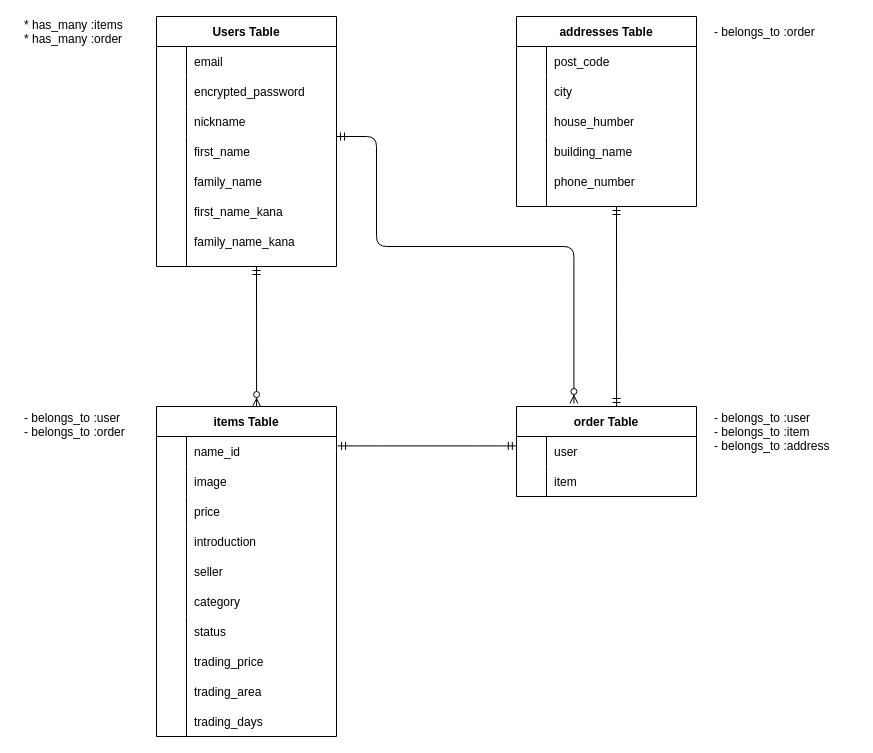
The draw.io diagram test.dio in Hiro0608/furima-38192, before the edit. Source tidied: cells renumbered, new cells numbered last; positions are measured from the earlier drawing's top-left corner, leaving out a move shared by most shapes. Both pictures are drawn from the tidied source at 100%, with x=0, y=0 at pixel (16, 16).
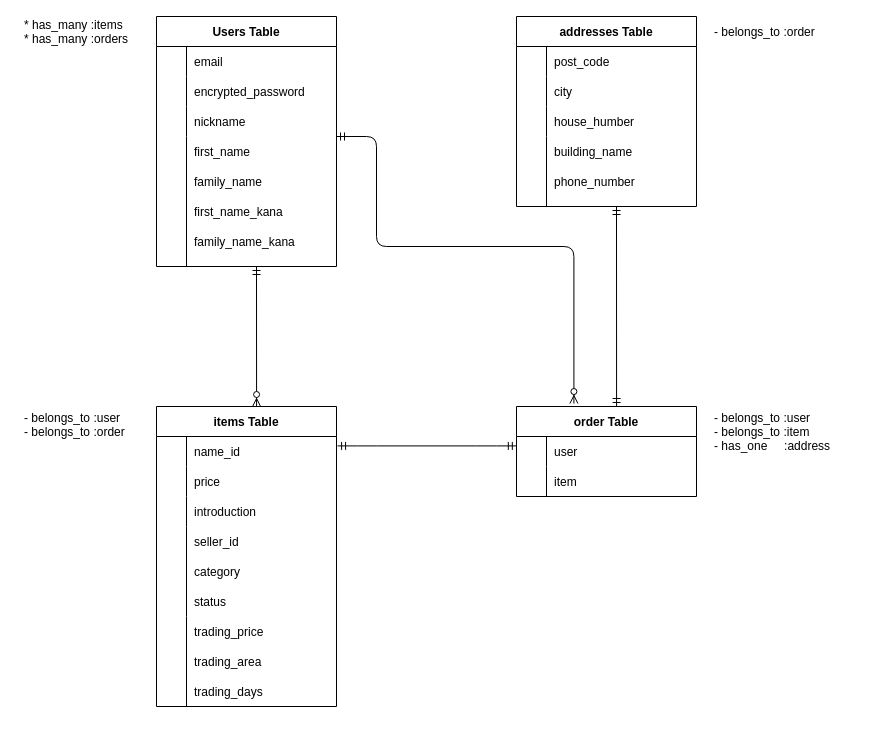
Above is the later version.

Change to the diagram source:
```diff
@@
     <mxCell id="12" value="items Table" style="shape=table;startSize=30;childLayout=tableLayout;rowLines=0;fontStyle=1;align=center;" parent="1" vertex="1">
-      <mxGeometry x="140" y="390" width="180" height="330" as="geometry" />
+      <mxGeometry x="140" y="390" width="180" height="300" as="geometry" />
     </mxCell>
@@
+    <mxCell id="19" style="shape=partialRectangle;fillColor=none;top=0;left=0;bottom=0;right=0;" parent="12" vertex="1">
+      <mxGeometry y="60" width="180" height="30" as="geometry" />
+    </mxCell>
+    <mxCell id="20" style="shape=partialRectangle;fillColor=none;top=0;left=0;bottom=0;right=0;overflow=hidden;" parent="19" vertex="1">
+      <mxGeometry width="30" height="30" as="geometry" />
+    </mxCell>
+    <mxCell id="21" value="price" style="shape=partialRectangle;fillColor=none;top=0;left=0;bottom=0;right=0;align=left;spacingLeft=6;overflow=hidden;" parent="19" vertex="1">
+      <mxGeometry x="30" width="150" height="30" as="geometry" />
+    </mxCell>
     <mxCell id="16" style="shape=partialRectangle;fillColor=none;top=0;left=0;bottom=0;right=0;" parent="12" vertex="1">
-      <mxGeometry y="60" width="180" height="30" as="geometry" />
+      <mxGeometry y="90" width="180" height="30" as="geometry" />
     </mxCell>
@@
-    <mxCell id="18" value="image " style="shape=partialRectangle;fillColor=none;top=0;left=0;bottom=0;right=0;align=left;spacingLeft=6;overflow=hidden;" parent="16" vertex="1">
+    <mxCell id="18" value="introduction" style="shape=partialRectangle;fillColor=none;top=0;left=0;bottom=0;right=0;align=left;spacingLeft=6;overflow=hidden;" parent="16" vertex="1">
       <mxGeometry x="30" width="150" height="30" as="geometry" />
     </mxCell>
-    <mxCell id="19" style="shape=partialRectangle;fillColor=none;top=0;left=0;bottom=0;right=0;" parent="12" vertex="1">
-      <mxGeometry y="90" width="180" height="30" as="geometry" />
-    </mxCell>
-    <mxCell id="20" style="shape=partialRectangle;fillColor=none;top=0;left=0;bottom=0;right=0;overflow=hidden;" parent="19" vertex="1">
-      <mxGeometry width="30" height="30" as="geometry" />
-    </mxCell>
-    <mxCell id="21" value="price" style="shape=partialRectangle;fillColor=none;top=0;left=0;bottom=0;right=0;align=left;spacingLeft=6;overflow=hidden;" parent="19" vertex="1">
-      <mxGeometry x="30" width="150" height="30" as="geometry" />
-    </mxCell>
@@
-    <mxCell id="44" value="introduction" style="shape=partialRectangle;fillColor=none;top=0;left=0;bottom=0;right=0;align=left;spacingLeft=6;overflow=hidden;" parent="1" vertex="1">
+    <mxCell id="44" value="seller_id" style="shape=partialRectangle;fillColor=none;top=0;left=0;bottom=0;right=0;align=left;spacingLeft=6;overflow=hidden;" parent="1" vertex="1">
       <mxGeometry x="170" y="510" width="150" height="30" as="geometry" />
     </mxCell>
-    <mxCell id="45" value="seller" style="shape=partialRectangle;fillColor=none;top=0;left=0;bottom=0;right=0;align=left;spacingLeft=6;overflow=hidden;" parent="1" vertex="1">
+    <mxCell id="45" value="category" style="shape=partialRectangle;fillColor=none;top=0;left=0;bottom=0;right=0;align=left;spacingLeft=6;overflow=hidden;" parent="1" vertex="1">
       <mxGeometry x="170" y="540" width="150" height="30" as="geometry" />
     </mxCell>
@@
-    <mxCell id="54" value="category" style="shape=partialRectangle;fillColor=none;top=0;left=0;bottom=0;right=0;align=left;spacingLeft=6;overflow=hidden;" parent="1" vertex="1">
+    <mxCell id="54" value="status" style="shape=partialRectangle;fillColor=none;top=0;left=0;bottom=0;right=0;align=left;spacingLeft=6;overflow=hidden;" parent="1" vertex="1">
       <mxGeometry x="170" y="570" width="150" height="30" as="geometry" />
     </mxCell>
-    <mxCell id="55" value="status" style="shape=partialRectangle;fillColor=none;top=0;left=0;bottom=0;right=0;align=left;spacingLeft=6;overflow=hidden;" parent="1" vertex="1">
+    <mxCell id="55" value="trading_price" style="shape=partialRectangle;fillColor=none;top=0;left=0;bottom=0;right=0;align=left;spacingLeft=6;overflow=hidden;" parent="1" vertex="1">
       <mxGeometry x="170" y="600" width="150" height="30" as="geometry" />
     </mxCell>
-    <mxCell id="56" value="trading_price" style="shape=partialRectangle;fillColor=none;top=0;left=0;bottom=0;right=0;align=left;spacingLeft=6;overflow=hidden;" parent="1" vertex="1">
+    <mxCell id="56" value="trading_area" style="shape=partialRectangle;fillColor=none;top=0;left=0;bottom=0;right=0;align=left;spacingLeft=6;overflow=hidden;" parent="1" vertex="1">
       <mxGeometry x="170" y="630" width="150" height="30" as="geometry" />
     </mxCell>
-    <mxCell id="57" value="trading_area" style="shape=partialRectangle;fillColor=none;top=0;left=0;bottom=0;right=0;align=left;spacingLeft=6;overflow=hidden;" parent="1" vertex="1">
+    <mxCell id="57" value="trading_days" style="shape=partialRectangle;fillColor=none;top=0;left=0;bottom=0;right=0;align=left;spacingLeft=6;overflow=hidden;" parent="1" vertex="1">
       <mxGeometry x="170" y="660" width="150" height="30" as="geometry" />
     </mxCell>
-    <mxCell id="58" value="trading_days" style="shape=partialRectangle;fillColor=none;top=0;left=0;bottom=0;right=0;align=left;spacingLeft=6;overflow=hidden;" parent="1" vertex="1">
-      <mxGeometry x="170" y="690" width="150" height="30" as="geometry" />
-    </mxCell>
     <mxCell id="59" style="endArrow=none;html=1;rounded=0;" parent="1" edge="1">
       <mxGeometry relative="1" as="geometry">
         <mxPoint x="170" y="600" as="sourcePoint" />
-        <mxPoint x="170" y="720" as="targetPoint" />
+        <mxPoint x="170" y="690" as="targetPoint" />
       </mxGeometry>
     </mxCell>
-    <mxCell id="60" value="* has_many :items&#10;* has_many :order" style="shape=partialRectangle;fillColor=none;top=0;left=0;bottom=0;right=0;align=left;spacingLeft=6;overflow=hidden;" parent="1" vertex="1">
+    <mxCell id="60" value="* has_many :items&#10;* has_many :orders" style="shape=partialRectangle;fillColor=none;top=0;left=0;bottom=0;right=0;align=left;spacingLeft=6;overflow=hidden;" parent="1" vertex="1">
       <mxGeometry width="150" height="30" as="geometry" />
     </mxCell>
@@
-    <mxCell id="63" value="- belongs_to :user&#10;- belongs_to :item&#10;- belongs_to :address" style="shape=partialRectangle;fillColor=none;top=0;left=0;bottom=0;right=0;align=left;spacingLeft=6;overflow=hidden;" parent="1" vertex="1">
+    <mxCell id="63" value="- belongs_to :user&#10;- belongs_to :item&#10;- has_one     :address" style="shape=partialRectangle;fillColor=none;top=0;left=0;bottom=0;right=0;align=left;spacingLeft=6;overflow=hidden;" parent="1" vertex="1">
       <mxGeometry x="690" y="390" width="150" height="50" as="geometry" />
     </mxCell>
```
